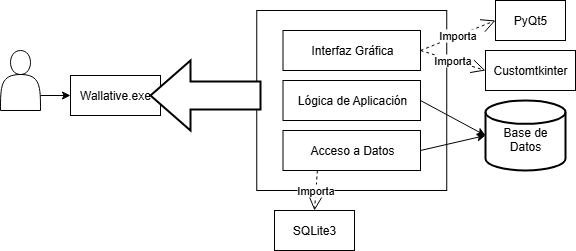
Above: Documentación/Diagramas/diagrama_arquitectura.png in JPArt22/Walletive (draw.io), before the change. Source tidied: cells renumbered, new cells last; positions are measured from the earlier drawing's top-left corner, leaving out a move shared by most shapes.
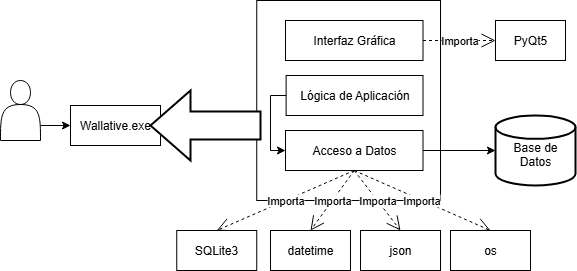
The same file after the commit.

Diff of the diagram source:
```diff
@@ -9,32 +9,26 @@
       <mxGeometry y="50" width="40" height="60" as="geometry" />
     </mxCell>
     <mxCell id="4" style="rounded=0;whiteSpace=wrap;html=1;" parent="1" vertex="1">
-      <mxGeometry x="256.2" y="10" width="190" height="180" as="geometry" />
+      <mxGeometry x="256.2" y="-30" width="183.8" height="200" as="geometry" />
     </mxCell>
     <mxCell id="5" value="Interfaz Gráfica" style="rounded=0;whiteSpace=wrap;html=1;" parent="1" vertex="1">
-      <mxGeometry x="282.5" y="30" width="137.5" height="40" as="geometry" />
+      <mxGeometry x="285" y="-10" width="137.5" height="40" as="geometry" />
     </mxCell>
     <mxCell id="6" value="Lógica de Aplicación" style="rounded=0;whiteSpace=wrap;html=1;" parent="1" vertex="1">
-      <mxGeometry x="282.5" y="80" width="137.5" height="40" as="geometry" />
+      <mxGeometry x="285.6" y="45" width="136.9" height="40" as="geometry" />
     </mxCell>
     <mxCell id="7" value="Acceso a Datos" style="rounded=0;whiteSpace=wrap;html=1;" parent="1" vertex="1">
-      <mxGeometry x="282.5" y="130" width="137.5" height="40" as="geometry" />
+      <mxGeometry x="285" y="100" width="137.5" height="40" as="geometry" />
     </mxCell>
     <mxCell id="8" value="Base de Datos&lt;div&gt;&lt;br&gt;&lt;/div&gt;" style="strokeWidth=2;html=1;shape=mxgraph.flowchart.database;whiteSpace=wrap;verticalAlign=bottom;" parent="1" vertex="1">
-      <mxGeometry x="485" y="100" width="80" height="70" as="geometry" />
+      <mxGeometry x="495" y="85" width="80" height="70" as="geometry" />
     </mxCell>
-    <mxCell id="9" value="Importa" style="endArrow=open;endSize=12;dashed=1;html=1;rounded=0;entryX=0.5;entryY=0;entryDx=0;entryDy=0;exitX=0.25;exitY=1;exitDx=0;exitDy=0;" parent="1" edge="1" source="7" target="10">
+    <mxCell id="9" value="Importa" style="endArrow=open;endSize=12;dashed=1;html=1;rounded=0;entryX=0.5;entryY=0;entryDx=0;entryDy=0;exitX=0.5;exitY=1;exitDx=0;exitDy=0;" parent="1" edge="1" source="7" target="10">
       <mxGeometry relative="1" as="geometry" />
     </mxCell>
     <mxCell id="10" value="SQLite3" style="rounded=0;whiteSpace=wrap;html=1;" parent="1" vertex="1">
-      <mxGeometry x="274" y="210" width="80" height="40" as="geometry" />
+      <mxGeometry x="176.2" y="200" width="80" height="40" as="geometry" />
     </mxCell>
-    <mxCell id="11" value="Customtkinter" style="rounded=0;whiteSpace=wrap;html=1;" parent="1" vertex="1">
-      <mxGeometry x="485" y="50" width="90" height="40" as="geometry" />
-    </mxCell>
-    <mxCell id="12" value="Importa" style="endArrow=open;endSize=12;dashed=1;html=1;rounded=0;exitX=1;exitY=0.5;exitDx=0;exitDy=0;entryX=0;entryY=0.5;entryDx=0;entryDy=0;" parent="1" edge="1" source="5" target="11">
-      <mxGeometry relative="1" as="geometry" />
-    </mxCell>
     <mxCell id="13" value="Wallative.exe" style="rounded=0;whiteSpace=wrap;html=1;" parent="1" vertex="1">
       <mxGeometry x="70" y="75" width="90" height="40" as="geometry" />
     </mxCell>
@@ -44,14 +38,37 @@
     <mxCell id="15" style="verticalLabelPosition=bottom;verticalAlign=top;html=1;strokeWidth=2;shape=mxgraph.arrows2.arrow;dy=0.6;dx=40;notch=0;rotation=-180;" parent="1" vertex="1">
       <mxGeometry x="150" y="60" width="110" height="70" as="geometry" />
     </mxCell>
-    <mxCell id="16" style="endArrow=classic;html=1;rounded=0;exitX=1;exitY=0.5;exitDx=0;exitDy=0;entryX=0;entryY=0.5;entryDx=0;entryDy=0;entryPerimeter=0;" parent="1" edge="1" source="6" target="8">
-      <mxGeometry relative="1" as="geometry" />
+    <mxCell id="16" style="endArrow=classic;html=1;rounded=0;exitX=0;exitY=0.5;exitDx=0;exitDy=0;entryX=0;entryY=0.5;entryDx=0;entryDy=0;" parent="1" edge="1" source="6" target="7">
+      <mxGeometry relative="1" as="geometry">
+        <Array as="points">
+          <mxPoint x="270" y="65" />
+          <mxPoint x="270" y="120" />
+        </Array>
+      </mxGeometry>
     </mxCell>
     <mxCell id="17" value="PyQt5" style="rounded=0;whiteSpace=wrap;html=1;" parent="1" vertex="1">
-      <mxGeometry x="495" width="70" height="40" as="geometry" />
+      <mxGeometry x="495" y="-10" width="70" height="40" as="geometry" />
     </mxCell>
     <mxCell id="18" value="Importa" style="endArrow=open;endSize=12;dashed=1;html=1;rounded=0;exitX=1;exitY=0.5;exitDx=0;exitDy=0;entryX=0;entryY=0.5;entryDx=0;entryDy=0;" parent="1" edge="1" source="5" target="17">
       <mxGeometry relative="1" as="geometry" />
     </mxCell>
+    <mxCell id="19" value="datetime" style="rounded=0;whiteSpace=wrap;html=1;" parent="1" vertex="1">
+      <mxGeometry x="270" y="200" width="80" height="40" as="geometry" />
+    </mxCell>
+    <mxCell id="20" value="Importa" style="endArrow=open;endSize=12;dashed=1;html=1;rounded=0;entryX=0.5;entryY=0;entryDx=0;entryDy=0;exitX=0.5;exitY=1;exitDx=0;exitDy=0;" parent="1" edge="1" source="7" target="19">
+      <mxGeometry relative="1" as="geometry" />
+    </mxCell>
+    <mxCell id="21" value="Importa" style="endArrow=open;endSize=12;dashed=1;html=1;rounded=0;exitX=0.5;exitY=1;exitDx=0;exitDy=0;entryX=0.5;entryY=0;entryDx=0;entryDy=0;" parent="1" edge="1" source="7" target="22">
+      <mxGeometry relative="1" as="geometry" />
+    </mxCell>
+    <mxCell id="22" value="json" style="rounded=0;whiteSpace=wrap;html=1;" parent="1" vertex="1">
+      <mxGeometry x="360" y="200" width="80" height="40" as="geometry" />
+    </mxCell>
+    <mxCell id="23" value="Importa" style="endArrow=open;endSize=12;dashed=1;html=1;rounded=0;entryX=0.5;entryY=0;entryDx=0;entryDy=0;exitX=0.5;exitY=1;exitDx=0;exitDy=0;" parent="1" edge="1" source="7" target="24">
+      <mxGeometry relative="1" as="geometry" />
+    </mxCell>
+    <mxCell id="24" value="os" style="rounded=0;whiteSpace=wrap;html=1;" parent="1" vertex="1">
+      <mxGeometry x="450" y="200" width="80" height="40" as="geometry" />
+    </mxCell>
   </root>
 </mxGraphModel>
```
